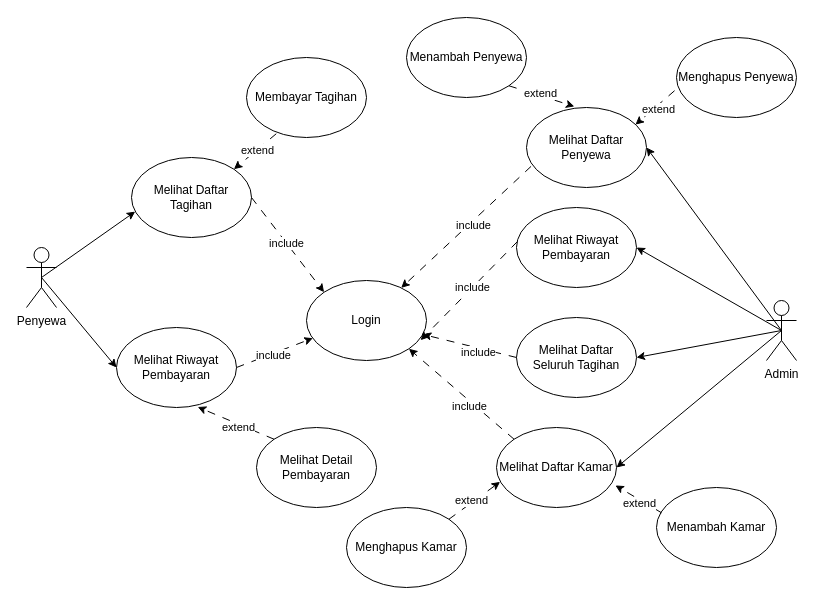
This is usecase_skripsi.drawio from juanangelaalma/uml, a draw.io file, before an edit. Source tidied: cells renumbered, new cells numbered last; positions are measured from the earlier drawing's top-left corner, leaving out a move shared by most shapes. Both pictures are drawn from the tidied source at 100%, with x=0, y=0 at pixel (26, 17).
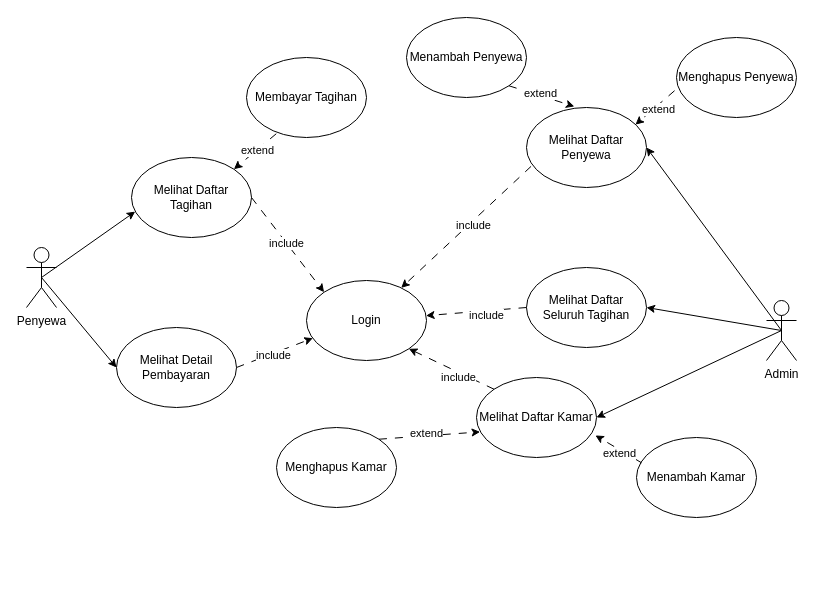
The same page after the edit.

Unchanged cells that the change refers to:
```xml
<mxCell id="2" value="Admin" style="shape=umlActor;verticalLabelPosition=bottom;verticalAlign=top;html=1;outlineConnect=0;" parent="1" vertex="1">
  <mxGeometry x="740" y="283" width="30" height="60" as="geometry" />
</mxCell>
<mxCell id="4" value="Login" style="ellipse;whiteSpace=wrap;html=1;" parent="1" vertex="1">
  <mxGeometry x="280" y="263" width="120" height="80" as="geometry" />
</mxCell>
```

Diff of the diagram source:
```diff
@@
-    <mxCell id="6" value="Melihat Riwayat Pembayaran" style="ellipse;whiteSpace=wrap;html=1;" parent="1" vertex="1">
-      <mxGeometry x="490" y="190" width="120" height="80" as="geometry" />
-    </mxCell>
     <mxCell id="7" value="Melihat Daftar Seluruh Tagihan" style="ellipse;whiteSpace=wrap;html=1;" parent="1" vertex="1">
-      <mxGeometry x="490" y="300" width="120" height="80" as="geometry" />
+      <mxGeometry x="500" y="250" width="120" height="80" as="geometry" />
     </mxCell>
@@
-    <mxCell id="9" style="endArrow=classic;html=1;rounded=0;entryX=1;entryY=0.5;entryDx=0;entryDy=0;exitX=0.5;exitY=0.5;exitDx=0;exitDy=0;exitPerimeter=0;" parent="1" edge="1" source="2" target="6">
-      <mxGeometry relative="1" as="geometry" />
-    </mxCell>
@@
-    <mxCell id="11" style="endArrow=classic;html=1;rounded=0;entryX=0.951;entryY=0.746;entryDx=0;entryDy=0;exitX=0.006;exitY=0.428;exitDx=0;exitDy=0;dashed=1;dashPattern=8 8;entryPerimeter=0;exitPerimeter=0;" parent="1" edge="1" source="6" target="4">
-      <mxGeometry relative="1" as="geometry" />
-    </mxCell>
-    <mxCell id="12" value="include" style="edgeLabel;html=1;align=center;verticalAlign=middle;" parent="11" vertex="1">
-      <mxGeometry x="-0.06" y="-1" relative="1" as="geometry">
-        <mxPoint x="1" as="offset" />
-      </mxGeometry>
-    </mxCell>
@@
-    <mxCell id="25" value="Melihat Riwayat Pembayaran" style="ellipse;whiteSpace=wrap;html=1;" parent="1" vertex="1">
+    <mxCell id="25" value="Melihat Detail Pembayaran" style="ellipse;whiteSpace=wrap;html=1;" parent="1" vertex="1">
       <mxGeometry x="90" y="310" width="120" height="80" as="geometry" />
     </mxCell>
-    <mxCell id="26" value="Melihat Detail Pembayaran" style="ellipse;whiteSpace=wrap;html=1;" parent="1" vertex="1">
-      <mxGeometry x="230" y="410" width="120" height="80" as="geometry" />
-    </mxCell>
-    <mxCell id="27" style="endArrow=classic;html=1;rounded=0;dashed=1;dashPattern=8 8;entryX=0.677;entryY=0.994;entryDx=0;entryDy=0;entryPerimeter=0;exitX=0;exitY=0;exitDx=0;exitDy=0;" parent="1" edge="1" source="26" target="25">
-      <mxGeometry relative="1" as="geometry" />
-    </mxCell>
-    <mxCell id="28" value="extend" style="edgeLabel;html=1;align=center;verticalAlign=middle;" parent="27" vertex="1">
-      <mxGeometry x="-0.08" y="3" relative="1" as="geometry" />
-    </mxCell>
@@
     <mxCell id="37" value="Melihat Daftar Kamar" style="ellipse;whiteSpace=wrap;html=1;" parent="1" vertex="1">
-      <mxGeometry x="470" y="410" width="120" height="80" as="geometry" />
+      <mxGeometry x="450" y="360" width="120" height="80" as="geometry" />
     </mxCell>
@@
     <mxCell id="39" value="Menghapus Kamar" style="ellipse;whiteSpace=wrap;html=1;" parent="1" vertex="1">
-      <mxGeometry x="320" y="490" width="120" height="80" as="geometry" />
+      <mxGeometry x="250" y="410" width="120" height="80" as="geometry" />
     </mxCell>
     <mxCell id="40" value="Menambah Kamar" style="ellipse;whiteSpace=wrap;html=1;" parent="1" vertex="1">
-      <mxGeometry x="630" y="470" width="120" height="80" as="geometry" />
+      <mxGeometry x="610" y="420" width="120" height="80" as="geometry" />
     </mxCell>
```
